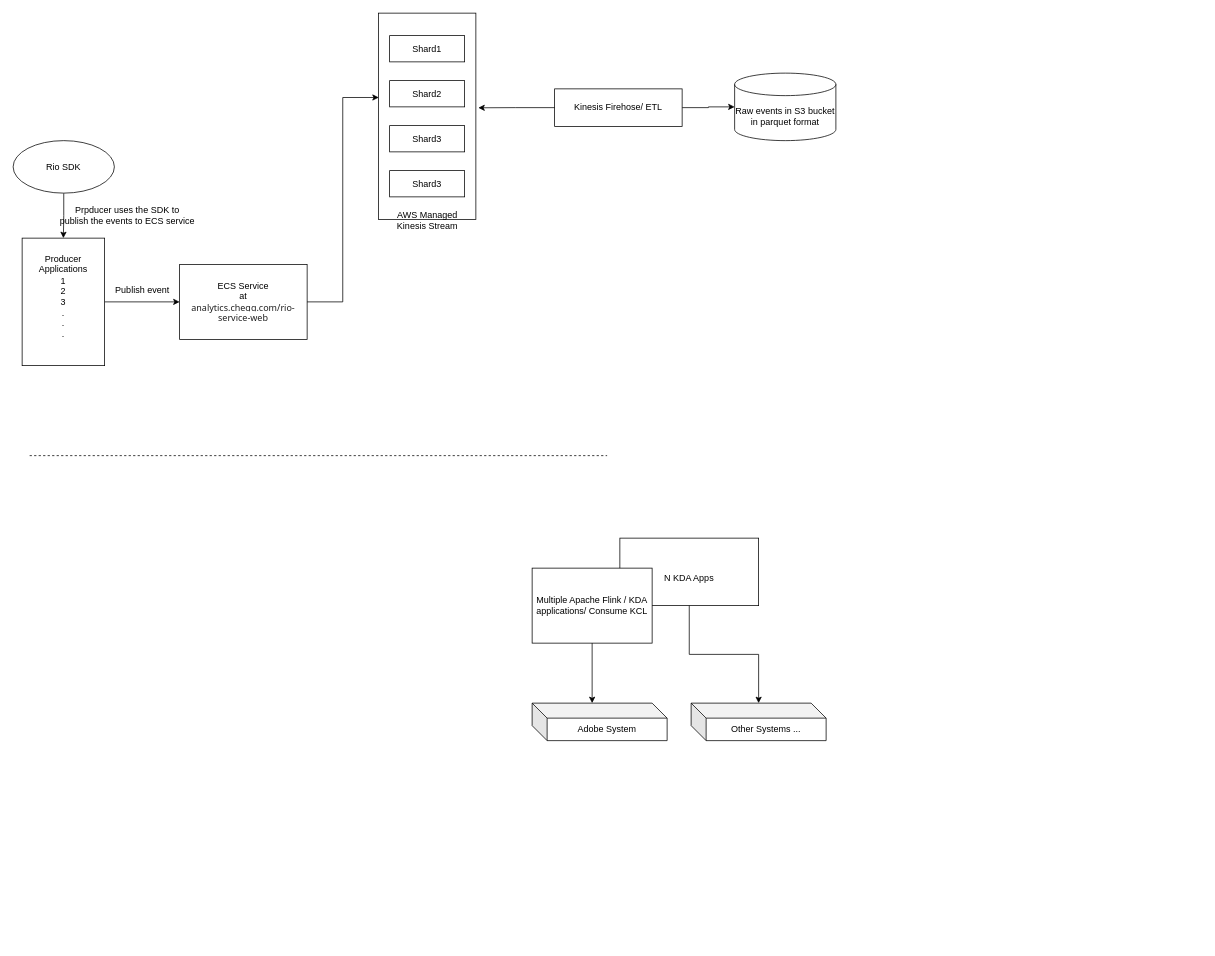
Above: WebsiteActivityTrackingSystem.drawio in anshul1790/system-design-playground (draw.io), before the change. Source tidied: cells renumbered, new cells numbered last; positions are measured from the earlier drawing's top-left corner, leaving out a move shared by most shapes. Both pictures are drawn from the tidied source at 75%, with x=0, y=0 at pixel (13, 13).
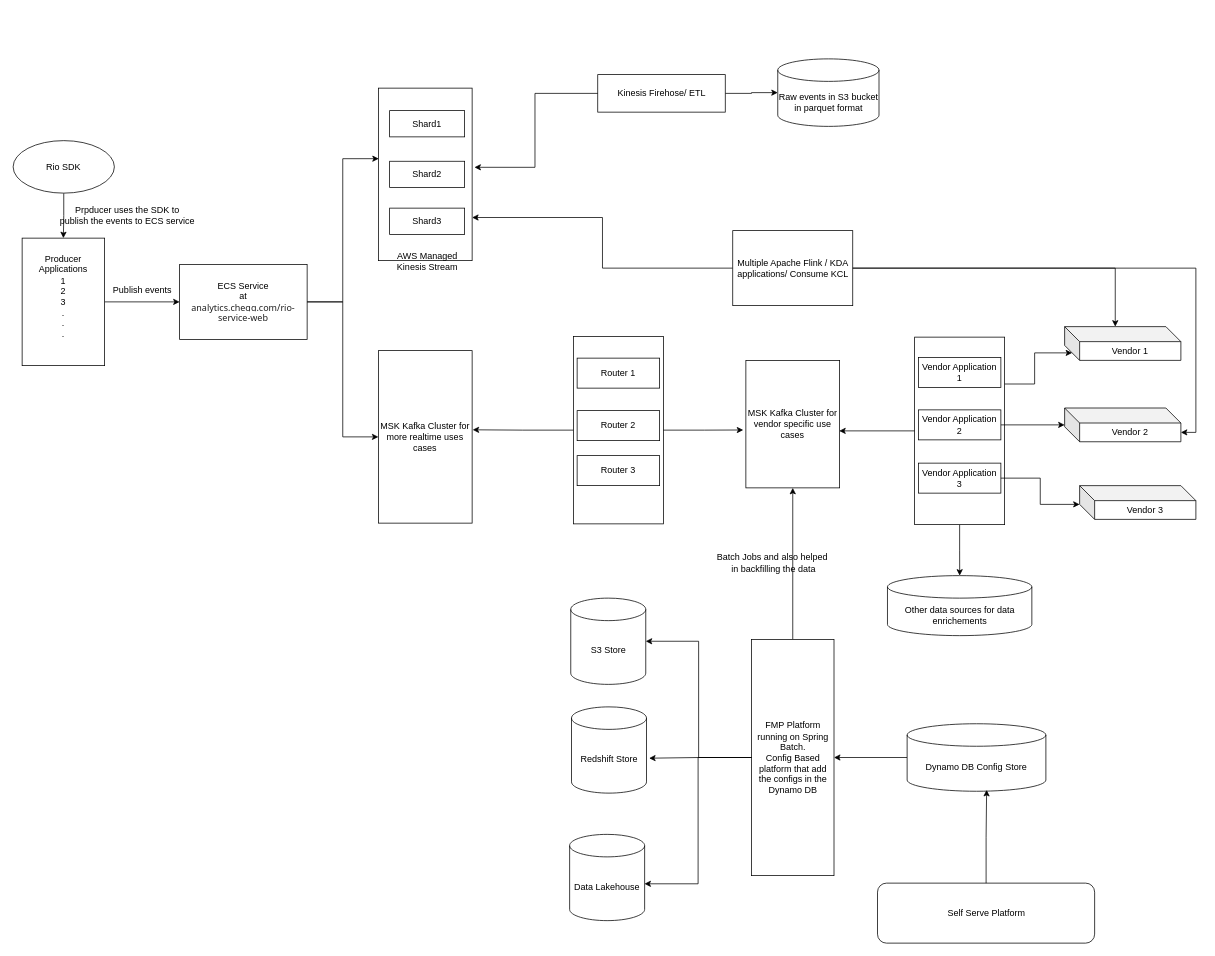
Above is the later version.

Unchanged cells that the change refers to:
```xml
<mxCell id="6" value="ECS Service&lt;div&gt;at&lt;/div&gt;&lt;div&gt;&lt;span style=&quot;color: rgb(31, 31, 31); font-family: system-ui, sans-serif; text-align: start; background-color: rgb(255, 255, 255);&quot;&gt;analytics.chegg.com/rio-service-web&lt;/span&gt;&lt;/div&gt;" style="rounded=0;whiteSpace=wrap;html=1;" parent="1" vertex="1">
  <mxGeometry x="222" y="335" width="170" height="100" as="geometry" />
</mxCell>
```

What changed in the source:
```diff
@@
-    <mxCell id="2" value="&lt;div&gt;&lt;br&gt;&lt;/div&gt;&lt;div&gt;&lt;span style=&quot;background-color: initial;&quot;&gt;N KDA Apps&lt;/span&gt;&lt;/div&gt;" style="rounded=0;whiteSpace=wrap;html=1;" parent="1" vertex="1">
-      <mxGeometry x="809" y="700" width="185" height="90" as="geometry" />
-    </mxCell>
     <mxCell id="3" style="rounded=0;whiteSpace=wrap;html=1;" parent="1" vertex="1">
-      <mxGeometry x="487" width="130" height="275" as="geometry" />
+      <mxGeometry x="487" y="100" width="125" height="230" as="geometry" />
     </mxCell>
@@
+    <mxCell id="27" style="edgeStyle=orthogonalEdgeStyle;rounded=0;jettySize=auto;html=1;entryX=0;entryY=0.5;entryDx=0;entryDy=0;" parent="1" edge="1" source="6" target="29">
+      <mxGeometry relative="1" as="geometry" />
+    </mxCell>
@@
     <mxCell id="9" value="Shard1" style="rounded=0;whiteSpace=wrap;html=1;" parent="1" vertex="1">
-      <mxGeometry x="502" y="30" width="100" height="35" as="geometry" />
+      <mxGeometry x="502" y="130" width="100" height="35" as="geometry" />
     </mxCell>
     <mxCell id="10" value="Shard2" style="rounded=0;whiteSpace=wrap;html=1;" parent="1" vertex="1">
-      <mxGeometry x="502" y="90" width="100" height="35" as="geometry" />
+      <mxGeometry x="502" y="197.5" width="100" height="35" as="geometry" />
     </mxCell>
     <mxCell id="11" value="Shard3" style="rounded=0;whiteSpace=wrap;html=1;" parent="1" vertex="1">
-      <mxGeometry x="502" y="150" width="100" height="35" as="geometry" />
+      <mxGeometry x="502" y="260" width="100" height="35" as="geometry" />
     </mxCell>
-    <mxCell id="12" value="Shard3" style="rounded=0;whiteSpace=wrap;html=1;" parent="1" vertex="1">
-      <mxGeometry x="502" y="210" width="100" height="35" as="geometry" />
-    </mxCell>
     <mxCell id="13" value="AWS Managed&lt;div&gt;Kinesis Stream&lt;/div&gt;" style="text;html=1;align=center;verticalAlign=middle;strokeColor=none;fillColor=none;" parent="1" vertex="1">
-      <mxGeometry x="502" y="256" width="100" height="40" as="geometry" />
+      <mxGeometry x="502" y="311" width="100" height="40" as="geometry" />
     </mxCell>
@@
-    <mxCell id="15" value="Publish event" style="text;html=1;align=center;verticalAlign=middle;strokeColor=none;fillColor=none;" parent="1" vertex="1">
+    <mxCell id="15" value="Publish events" style="text;html=1;align=center;verticalAlign=middle;strokeColor=none;fillColor=none;" parent="1" vertex="1">
       <mxGeometry x="122" y="355" width="100" height="30" as="geometry" />
     </mxCell>
     <mxCell id="16" value="Raw events in S3 bucket in parquet format" style="shape=cylinder3;whiteSpace=wrap;html=1;boundedLbl=1;backgroundOutline=1;size=15;" parent="1" vertex="1">
-      <mxGeometry x="962" y="80" width="135" height="90" as="geometry" />
+      <mxGeometry x="1019.5" y="61" width="135" height="90" as="geometry" />
     </mxCell>
@@
     <mxCell id="18" value="Kinesis Firehose/ ETL" style="rounded=0;whiteSpace=wrap;html=1;" parent="1" vertex="1">
-      <mxGeometry x="722" y="101" width="170" height="50" as="geometry" />
+      <mxGeometry x="779.5" y="82" width="170" height="50" as="geometry" />
     </mxCell>
-    <mxCell id="19" style="endArrow=none;dashed=1;html=1;rounded=0;" parent="1" edge="1">
-      <mxGeometry relative="1" as="geometry">
-        <mxPoint x="22" y="590" as="sourcePoint" />
-        <mxPoint x="792" y="590" as="targetPoint" />
-      </mxGeometry>
-    </mxCell>
-    <mxCell id="20" value="Multiple Apache Flink / KDA applications/ Consume KCL" style="rounded=0;whiteSpace=wrap;html=1;" parent="1" vertex="1">
-      <mxGeometry x="692" y="740" width="160" height="100" as="geometry" />
-    </mxCell>
-    <mxCell id="21" value="Adobe System" style="shape=cube;whiteSpace=wrap;html=1;boundedLbl=1;backgroundOutline=1;darkOpacity=0.05;darkOpacity2=0.1;" parent="1" vertex="1">
-      <mxGeometry x="692" y="920" width="180" height="50" as="geometry" />
-    </mxCell>
-    <mxCell id="22" style="edgeStyle=orthogonalEdgeStyle;rounded=0;jettySize=auto;html=1;" parent="1" edge="1" source="2" target="24">
-      <mxGeometry relative="1" as="geometry" />
-    </mxCell>
-    <mxCell id="23" style="edgeStyle=orthogonalEdgeStyle;rounded=0;jettySize=auto;html=1;entryX=0;entryY=0;entryDx=80;entryDy=0;entryPerimeter=0;" parent="1" edge="1" source="20" target="21">
-      <mxGeometry relative="1" as="geometry" />
-    </mxCell>
-    <mxCell id="24" value="Other Systems ..." style="shape=cube;whiteSpace=wrap;html=1;boundedLbl=1;backgroundOutline=1;darkOpacity=0.05;darkOpacity2=0.1;" parent="1" vertex="1">
-      <mxGeometry x="904" y="920" width="180" height="50" as="geometry" />
-    </mxCell>
@@
+    <mxCell id="28" style="edgeStyle=orthogonalEdgeStyle;rounded=0;jettySize=auto;html=1;entryX=1;entryY=0.75;entryDx=0;entryDy=0;" parent="1" edge="1" source="20" target="3">
+      <mxGeometry relative="1" as="geometry" />
+    </mxCell>
+    <mxCell id="20" value="Multiple Apache Flink / KDA applications/ Consume KCL" style="rounded=0;whiteSpace=wrap;html=1;" parent="1" vertex="1">
+      <mxGeometry x="959.5" y="290" width="160" height="100" as="geometry" />
+    </mxCell>
+    <mxCell id="29" value="MSK Kafka Cluster for more realtime uses cases" style="rounded=0;whiteSpace=wrap;html=1;" parent="1" vertex="1">
+      <mxGeometry x="487" y="450" width="125" height="230" as="geometry" />
+    </mxCell>
+    <mxCell id="30" style="rounded=0;whiteSpace=wrap;html=1;" parent="1" vertex="1">
+      <mxGeometry x="747" y="431" width="120" height="250" as="geometry" />
+    </mxCell>
+    <mxCell id="31" value="Router 1" style="rounded=0;whiteSpace=wrap;html=1;" parent="1" vertex="1">
+      <mxGeometry x="752" y="460" width="110" height="40" as="geometry" />
+    </mxCell>
+    <mxCell id="32" value="Router 2" style="rounded=0;whiteSpace=wrap;html=1;" parent="1" vertex="1">
+      <mxGeometry x="752" y="530" width="110" height="40" as="geometry" />
+    </mxCell>
+    <mxCell id="33" value="Router 3" style="rounded=0;whiteSpace=wrap;html=1;" parent="1" vertex="1">
+      <mxGeometry x="752" y="590" width="110" height="40" as="geometry" />
+    </mxCell>
+    <mxCell id="34" value="MSK Kafka Cluster for vendor specific use cases" style="rounded=0;whiteSpace=wrap;html=1;" parent="1" vertex="1">
+      <mxGeometry x="977" y="463" width="125" height="170" as="geometry" />
+    </mxCell>
+    <mxCell id="35" style="edgeStyle=orthogonalEdgeStyle;rounded=0;jettySize=auto;html=1;entryX=-0.028;entryY=0.546;entryDx=0;entryDy=0;entryPerimeter=0;" parent="1" edge="1" source="30" target="34">
+      <mxGeometry relative="1" as="geometry" />
+    </mxCell>
+    <mxCell id="36" style="edgeStyle=orthogonalEdgeStyle;rounded=0;jettySize=auto;html=1;entryX=1.006;entryY=0.459;entryDx=0;entryDy=0;entryPerimeter=0;" parent="1" edge="1" source="30" target="29">
+      <mxGeometry relative="1" as="geometry" />
+    </mxCell>
+    <mxCell id="37" style="edgeStyle=orthogonalEdgeStyle;rounded=0;jettySize=auto;html=1;" parent="1" edge="1" source="38" target="43">
+      <mxGeometry relative="1" as="geometry" />
+    </mxCell>
+    <mxCell id="38" style="rounded=0;whiteSpace=wrap;html=1;" parent="1" vertex="1">
+      <mxGeometry x="1202" y="432" width="120" height="250" as="geometry" />
+    </mxCell>
+    <mxCell id="39" value="Vendor Application 1" style="rounded=0;whiteSpace=wrap;html=1;" parent="1" vertex="1">
+      <mxGeometry x="1207" y="459" width="110" height="40" as="geometry" />
+    </mxCell>
+    <mxCell id="40" style="edgeStyle=orthogonalEdgeStyle;rounded=0;jettySize=auto;html=1;" parent="1" edge="1" source="41" target="46">
+      <mxGeometry relative="1" as="geometry" />
+    </mxCell>
+    <mxCell id="41" value="Vendor Application 2" style="rounded=0;whiteSpace=wrap;html=1;" parent="1" vertex="1">
+      <mxGeometry x="1207" y="529" width="110" height="40" as="geometry" />
+    </mxCell>
+    <mxCell id="42" value="Vendor Application 3" style="rounded=0;whiteSpace=wrap;html=1;" parent="1" vertex="1">
+      <mxGeometry x="1207" y="600" width="110" height="40" as="geometry" />
+    </mxCell>
+    <mxCell id="43" value="Other data sources for data enrichements" style="shape=cylinder3;whiteSpace=wrap;html=1;boundedLbl=1;backgroundOutline=1;size=15;" parent="1" vertex="1">
+      <mxGeometry x="1165.8" y="750" width="192.5" height="80" as="geometry" />
+    </mxCell>
+    <mxCell id="44" style="edgeStyle=orthogonalEdgeStyle;rounded=0;jettySize=auto;html=1;entryX=0.996;entryY=0.553;entryDx=0;entryDy=0;entryPerimeter=0;" parent="1" edge="1" source="38" target="34">
+      <mxGeometry relative="1" as="geometry" />
+    </mxCell>
+    <mxCell id="45" value="Vendor 1" style="shape=cube;whiteSpace=wrap;html=1;boundedLbl=1;backgroundOutline=1;darkOpacity=0.05;darkOpacity2=0.1;" parent="1" vertex="1">
+      <mxGeometry x="1402" y="418" width="155" height="45" as="geometry" />
+    </mxCell>
+    <mxCell id="46" value="Vendor 2" style="shape=cube;whiteSpace=wrap;html=1;boundedLbl=1;backgroundOutline=1;darkOpacity=0.05;darkOpacity2=0.1;" parent="1" vertex="1">
+      <mxGeometry x="1402" y="526.5" width="155" height="45" as="geometry" />
+    </mxCell>
+    <mxCell id="47" value="Vendor 3" style="shape=cube;whiteSpace=wrap;html=1;boundedLbl=1;backgroundOutline=1;darkOpacity=0.05;darkOpacity2=0.1;" parent="1" vertex="1">
+      <mxGeometry x="1422" y="630" width="155" height="45" as="geometry" />
+    </mxCell>
+    <mxCell id="48" style="edgeStyle=orthogonalEdgeStyle;rounded=0;jettySize=auto;html=1;exitX=1;exitY=0.25;exitDx=0;exitDy=0;entryX=0;entryY=0;entryDx=10;entryDy=35;entryPerimeter=0;" parent="1" edge="1" source="38" target="45">
+      <mxGeometry relative="1" as="geometry" />
+    </mxCell>
+    <mxCell id="49" style="edgeStyle=orthogonalEdgeStyle;rounded=0;jettySize=auto;html=1;entryX=0;entryY=0;entryDx=0;entryDy=25;entryPerimeter=0;" parent="1" edge="1" source="42" target="47">
+      <mxGeometry relative="1" as="geometry" />
+    </mxCell>
+    <mxCell id="50" value="S3 Store" style="shape=cylinder3;whiteSpace=wrap;html=1;boundedLbl=1;backgroundOutline=1;size=15;" parent="1" vertex="1">
+      <mxGeometry x="743.5" y="780" width="100" height="115" as="geometry" />
+    </mxCell>
+    <mxCell id="51" value="Redshift Store" style="shape=cylinder3;whiteSpace=wrap;html=1;boundedLbl=1;backgroundOutline=1;size=15;" parent="1" vertex="1">
+      <mxGeometry x="744.5" y="925" width="100" height="115" as="geometry" />
+    </mxCell>
+    <mxCell id="52" value="Data Lakehouse" style="shape=cylinder3;whiteSpace=wrap;html=1;boundedLbl=1;backgroundOutline=1;size=15;" parent="1" vertex="1">
+      <mxGeometry x="742" y="1095" width="100" height="115" as="geometry" />
+    </mxCell>
+    <mxCell id="53" style="edgeStyle=orthogonalEdgeStyle;rounded=0;jettySize=auto;html=1;entryX=0.5;entryY=1;entryDx=0;entryDy=0;" parent="1" edge="1" source="54" target="34">
+      <mxGeometry relative="1" as="geometry" />
+    </mxCell>
+    <mxCell id="54" value="FMP Platform running on Spring Batch.&lt;div&gt;Config Based platform that add the configs in the Dynamo DB&lt;/div&gt;" style="rounded=0;whiteSpace=wrap;html=1;" parent="1" vertex="1">
+      <mxGeometry x="984.5" y="835" width="110" height="315" as="geometry" />
+    </mxCell>
+    <mxCell id="55" style="edgeStyle=orthogonalEdgeStyle;rounded=0;jettySize=auto;html=1;entryX=1;entryY=0.5;entryDx=0;entryDy=0;entryPerimeter=0;" parent="1" edge="1" source="54" target="50">
+      <mxGeometry relative="1" as="geometry" />
+    </mxCell>
+    <mxCell id="56" style="edgeStyle=orthogonalEdgeStyle;rounded=0;jettySize=auto;html=1;entryX=1.035;entryY=0.595;entryDx=0;entryDy=0;entryPerimeter=0;" parent="1" edge="1" source="54" target="51">
+      <mxGeometry relative="1" as="geometry" />
+    </mxCell>
+    <mxCell id="57" style="edgeStyle=orthogonalEdgeStyle;rounded=0;jettySize=auto;html=1;entryX=0.998;entryY=0.573;entryDx=0;entryDy=0;entryPerimeter=0;" parent="1" edge="1" source="54" target="52">
+      <mxGeometry relative="1" as="geometry" />
+    </mxCell>
+    <mxCell id="58" value="Batch Jobs and also helped&lt;div&gt;&amp;nbsp;in backfilling the data&lt;/div&gt;" style="text;html=1;align=center;verticalAlign=middle;strokeColor=none;fillColor=none;" parent="1" vertex="1">
+      <mxGeometry x="927" y="713" width="170" height="40" as="geometry" />
+    </mxCell>
+    <mxCell id="59" style="edgeStyle=orthogonalEdgeStyle;rounded=0;jettySize=auto;html=1;entryX=0;entryY=0;entryDx=67.5;entryDy=0;entryPerimeter=0;" parent="1" edge="1" source="20" target="45">
+      <mxGeometry relative="1" as="geometry" />
+    </mxCell>
+    <mxCell id="60" style="edgeStyle=orthogonalEdgeStyle;rounded=0;jettySize=auto;html=1;entryX=0;entryY=0;entryDx=155;entryDy=32.5;entryPerimeter=0;" parent="1" edge="1" source="20" target="46">
+      <mxGeometry relative="1" as="geometry" />
+    </mxCell>
+    <mxCell id="61" style="edgeStyle=orthogonalEdgeStyle;rounded=0;jettySize=auto;html=1;entryX=1;entryY=0.5;entryDx=0;entryDy=0;" parent="1" edge="1" source="62" target="54">
+      <mxGeometry relative="1" as="geometry" />
+    </mxCell>
+    <mxCell id="62" value="Dynamo DB Config Store" style="shape=cylinder3;whiteSpace=wrap;html=1;boundedLbl=1;backgroundOutline=1;size=15;" parent="1" vertex="1">
+      <mxGeometry x="1192" y="947.5" width="185" height="90" as="geometry" />
+    </mxCell>
+    <mxCell id="63" value="Self Serve Platform" style="rounded=1;whiteSpace=wrap;html=1;" parent="1" vertex="1">
+      <mxGeometry x="1152.5" y="1160" width="289.5" height="80" as="geometry" />
+    </mxCell>
+    <mxCell id="64" style="edgeStyle=orthogonalEdgeStyle;rounded=0;jettySize=auto;html=1;entryX=0.573;entryY=0.981;entryDx=0;entryDy=0;entryPerimeter=0;" parent="1" edge="1" source="63" target="62">
+      <mxGeometry relative="1" as="geometry" />
+    </mxCell>
```
